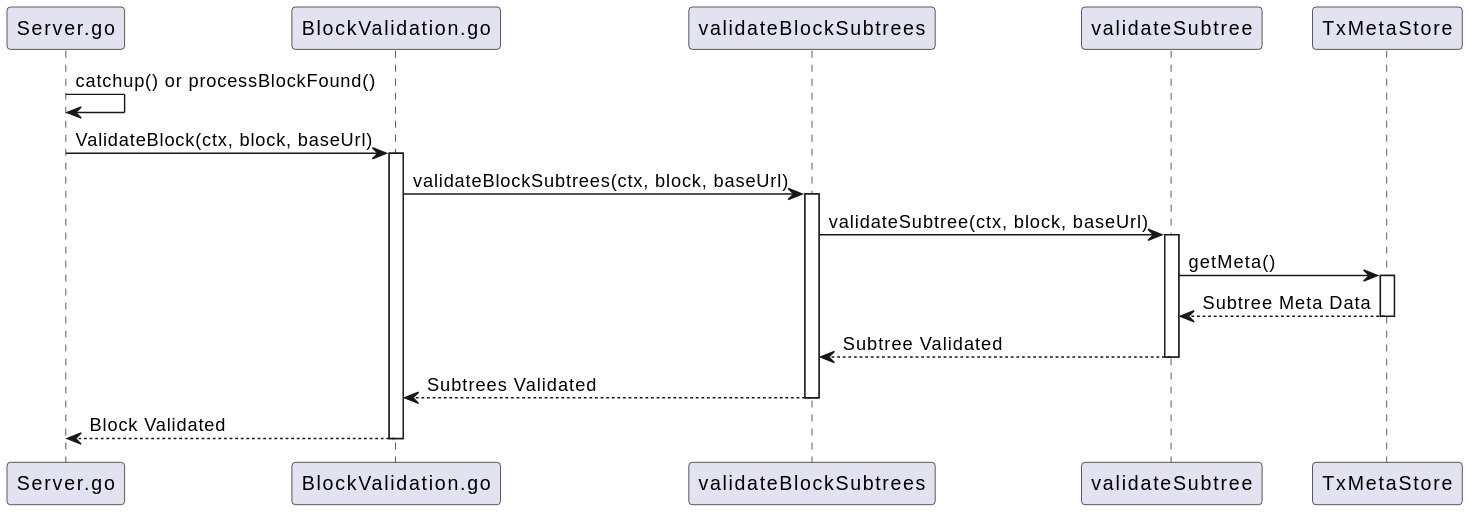
This is docs/services/img/plantuml/txmeta/tx_meta_block_validator_missing_subtrees.svg from freemans13/teranode, a PlantUML export, as it was before one commit. Its source is kept beside it as docs/services/img/plantuml/txmeta/tx_meta_block_validator_missing_subtrees.puml.
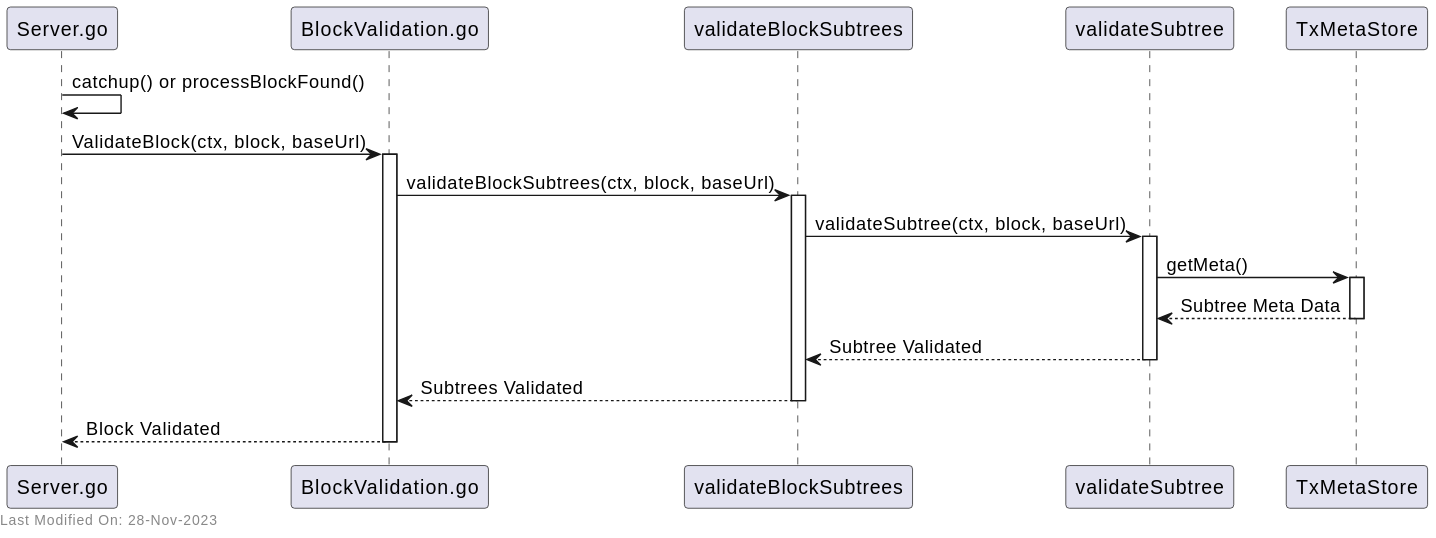
After the change.

What changed in the source:
```diff
@@ -30,4 +30,7 @@
 
 BlockValidation --> Server: Block Validated
 deactivate BlockValidation
+
+left footer Last Modified On: 28-Nov-2023
+
 @enduml
```
